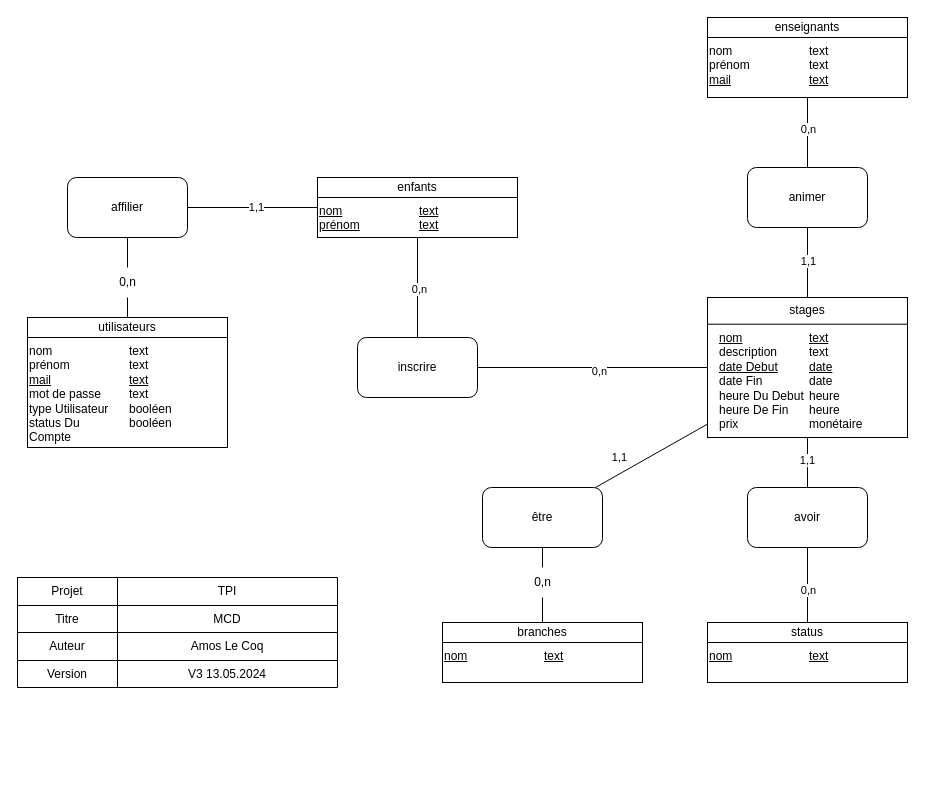
The draw.io diagram Documentation/MCD/MCD.drawio in AmosLeCoq/TPI, before the edit. Source tidied: cells renumbered, new cells numbered last; positions are measured from the earlier drawing's top-left corner, leaving out a move shared by most shapes. Both pictures are drawn from the tidied source at 100%, with x=0, y=0 at pixel (17, 17).
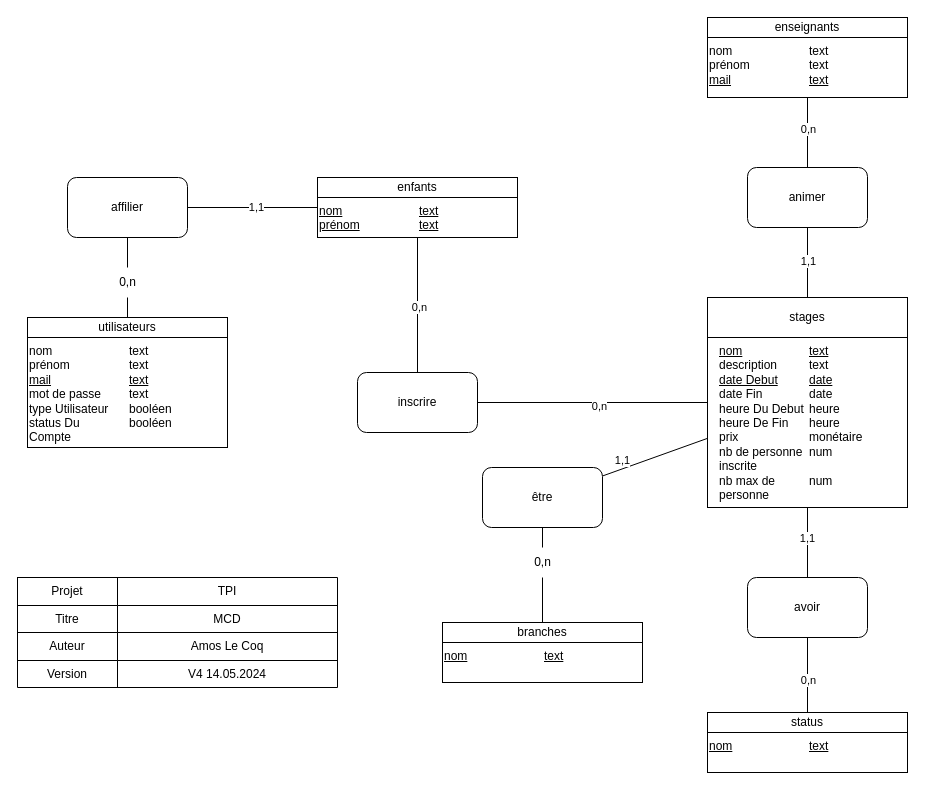
The same page after the edit.

Unchanged cells that the change refers to:
```xml
<mxCell id="21" style="shape=partialRectangle;html=1;whiteSpace=wrap;fillColor=none;top=0;left=0;bottom=0;right=0;" parent="11" vertex="1">
  <mxGeometry y="83" width="320" height="27" as="geometry" />
</mxCell>
```

The edit, as a diff of the source:
```diff
@@
     <mxCell id="6" style="group;" parent="1" vertex="1">
-      <mxGeometry x="690" y="280" width="200" height="140" as="geometry" />
+      <mxGeometry x="690" y="280" width="200" height="210" as="geometry" />
     </mxCell>
     <mxCell id="7" value="&lt;div style=&quot;box-sizing: border-box ; width: 100% ; padding: 2px&quot;&gt;&lt;br&gt;&lt;/div&gt;" style="verticalAlign=top;align=center;overflow=fill;html=1;rounded=0;shadow=0;comic=0;labelBackgroundColor=none;strokeColor=#000000;strokeWidth=1;fillColor=#ffffff;fontFamily=Verdana;fontSize=12;fontColor=#000000;" parent="6" vertex="1">
-      <mxGeometry width="200" height="140" as="geometry" />
+      <mxGeometry width="200" height="210" as="geometry" />
     </mxCell>
     <mxCell id="8" value="stages" style="rounded=0;whiteSpace=wrap;html=1;" parent="6" vertex="1">
-      <mxGeometry width="200" height="26.7" as="geometry" />
+      <mxGeometry width="200" height="40" as="geometry" />
     </mxCell>
-    <mxCell id="9" value="&lt;u&gt;nom&lt;/u&gt;&lt;br&gt;description&lt;br&gt;&lt;u&gt;date Debut&lt;/u&gt;&lt;br&gt;date Fin&lt;br&gt;heure Du Debut&lt;br&gt;heure De Fin&lt;br&gt;prix" style="text;html=1;strokeColor=none;fillColor=none;align=left;verticalAlign=top;whiteSpace=wrap;rounded=0;" parent="6" vertex="1">
-      <mxGeometry x="10" y="26.7" width="90" height="26.7" as="geometry" />
+    <mxCell id="9" value="&lt;u&gt;nom&lt;/u&gt;&lt;br&gt;description&lt;br&gt;&lt;u&gt;date Debut&lt;/u&gt;&lt;br&gt;date Fin&lt;br&gt;heure Du Debut&lt;br&gt;heure De Fin&lt;br&gt;prix&lt;br&gt;nb de personne inscrite&lt;br&gt;nb max de personne" style="text;html=1;strokeColor=none;fillColor=none;align=left;verticalAlign=top;whiteSpace=wrap;rounded=0;" parent="6" vertex="1">
+      <mxGeometry x="10" y="40" width="90" height="40" as="geometry" />
     </mxCell>
-    <mxCell id="10" value="&lt;u&gt;text&lt;br&gt;&lt;/u&gt;text&lt;br&gt;&lt;u&gt;date&lt;/u&gt;&lt;br&gt;date&lt;br&gt;heure&lt;br&gt;heure&lt;br&gt;monétaire" style="text;html=1;strokeColor=none;fillColor=none;align=left;verticalAlign=top;whiteSpace=wrap;rounded=0;" parent="6" vertex="1">
-      <mxGeometry x="100" y="26.7" width="100" height="26.7" as="geometry" />
+    <mxCell id="10" value="&lt;u&gt;text&lt;br&gt;&lt;/u&gt;text&lt;br&gt;&lt;u&gt;date&lt;/u&gt;&lt;br&gt;date&lt;br&gt;heure&lt;br&gt;heure&lt;br&gt;monétaire&lt;br&gt;num&lt;br&gt;&lt;br&gt;num" style="text;html=1;strokeColor=none;fillColor=none;align=left;verticalAlign=top;whiteSpace=wrap;rounded=0;" parent="6" vertex="1">
+      <mxGeometry x="100" y="40" width="100" height="40" as="geometry" />
     </mxCell>
@@
-    <mxCell id="23" value="V3 13.05.2024" style="shape=partialRectangle;html=1;whiteSpace=wrap;overflow=hidden;fillColor=none;top=0;left=0;bottom=0;right=0;" parent="21" vertex="1">
+    <mxCell id="23" value="V4 14.05.2024" style="shape=partialRectangle;html=1;whiteSpace=wrap;overflow=hidden;fillColor=none;top=0;left=0;bottom=0;right=0;" parent="21" vertex="1">
       <mxGeometry x="100" width="220" height="27" as="geometry" />
     </mxCell>
     <mxCell id="24" value="&lt;div style=&quot;box-sizing: border-box ; width: 100% ; padding: 2px&quot;&gt;&lt;br&gt;&lt;/div&gt;" style="verticalAlign=top;align=center;overflow=fill;html=1;rounded=0;shadow=0;comic=0;labelBackgroundColor=none;strokeColor=#000000;strokeWidth=1;fillColor=#ffffff;fontFamily=Verdana;fontSize=12;fontColor=#000000;" parent="1" vertex="1">
-      <mxGeometry x="690" y="605" width="200" height="60" as="geometry" />
+      <mxGeometry x="690" y="695" width="200" height="60" as="geometry" />
     </mxCell>
     <mxCell id="25" value="status" style="rounded=0;whiteSpace=wrap;html=1;" parent="1" vertex="1">
-      <mxGeometry x="690" y="605" width="200" height="20" as="geometry" />
+      <mxGeometry x="690" y="695" width="200" height="20" as="geometry" />
     </mxCell>
     <mxCell id="26" value="&lt;u&gt;nom&lt;span style=&quot;white-space: pre;&quot;&gt;&#9;&lt;/span&gt;&lt;/u&gt;" style="text;html=1;strokeColor=none;fillColor=none;align=left;verticalAlign=top;whiteSpace=wrap;rounded=0;" parent="1" vertex="1">
-      <mxGeometry x="690" y="625" width="90" height="35" as="geometry" />
+      <mxGeometry x="690" y="715" width="90" height="35" as="geometry" />
     </mxCell>
     <mxCell id="27" value="&lt;u&gt;text&lt;/u&gt;" style="text;html=1;strokeColor=none;fillColor=none;align=left;verticalAlign=top;whiteSpace=wrap;rounded=0;" parent="1" vertex="1">
-      <mxGeometry x="790" y="625" width="100" height="35" as="geometry" />
+      <mxGeometry x="790" y="715" width="100" height="35" as="geometry" />
     </mxCell>
@@
     <mxCell id="35" value="être" style="rounded=1;whiteSpace=wrap;html=1;" parent="1" vertex="1">
-      <mxGeometry x="465" y="470" width="120" height="60" as="geometry" />
+      <mxGeometry x="465" y="450" width="120" height="60" as="geometry" />
     </mxCell>
@@
     <mxCell id="37" value="0,n" style="text;html=1;align=center;verticalAlign=middle;points=[];strokeColor=none;fillColor=none;" parent="1" vertex="1">
-      <mxGeometry x="505" y="550" width="40" height="30" as="geometry" />
+      <mxGeometry x="505" y="530" width="40" height="30" as="geometry" />
     </mxCell>
     <mxCell id="38" value="avoir" style="rounded=1;whiteSpace=wrap;html=1;" parent="1" vertex="1">
-      <mxGeometry x="730" y="470" width="120" height="60" as="geometry" />
+      <mxGeometry x="730" y="560" width="120" height="60" as="geometry" />
     </mxCell>
@@
     <mxCell id="67" value="inscrire" style="rounded=1;whiteSpace=wrap;html=1;" parent="1" vertex="1">
-      <mxGeometry x="340" y="320" width="120" height="60" as="geometry" />
+      <mxGeometry x="340" y="355" width="120" height="60" as="geometry" />
     </mxCell>
```
